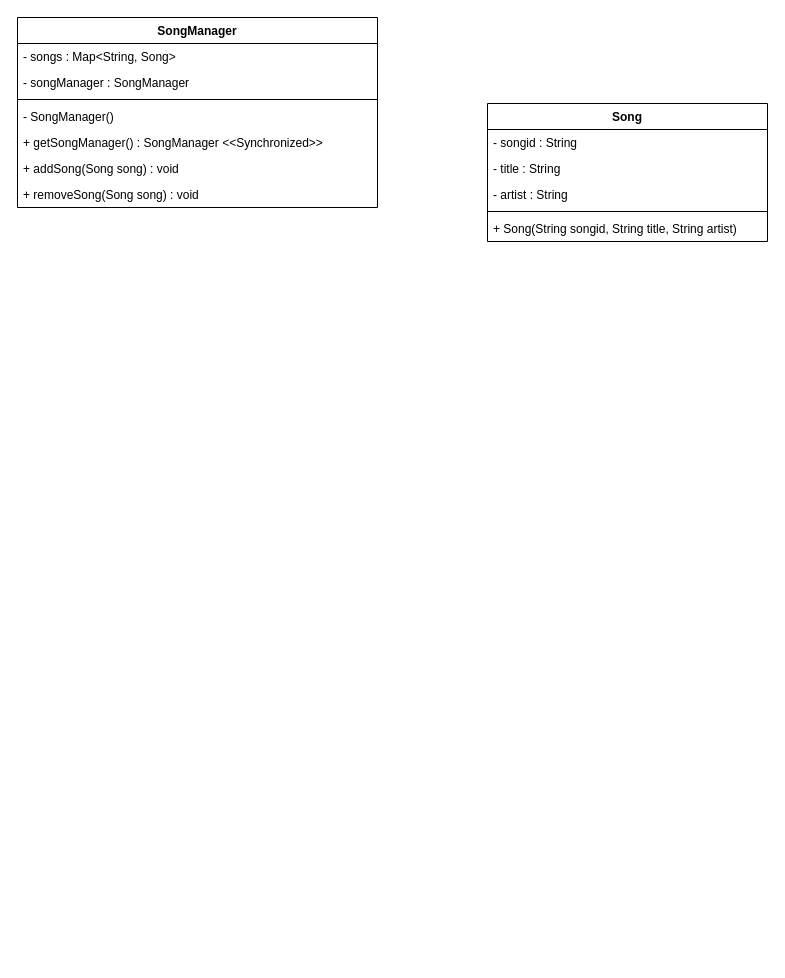
The draw.io diagram Spotify.drawio in aayushtiwarigithub/LowLevelDesign-Diagrams, before the edit. Source tidied: cells renumbered, new cells numbered last; positions are measured from the earlier drawing's top-left corner, leaving out a move shared by most shapes. Both pictures are drawn from the tidied source at 100%, with x=0, y=0 at pixel (17, 17).
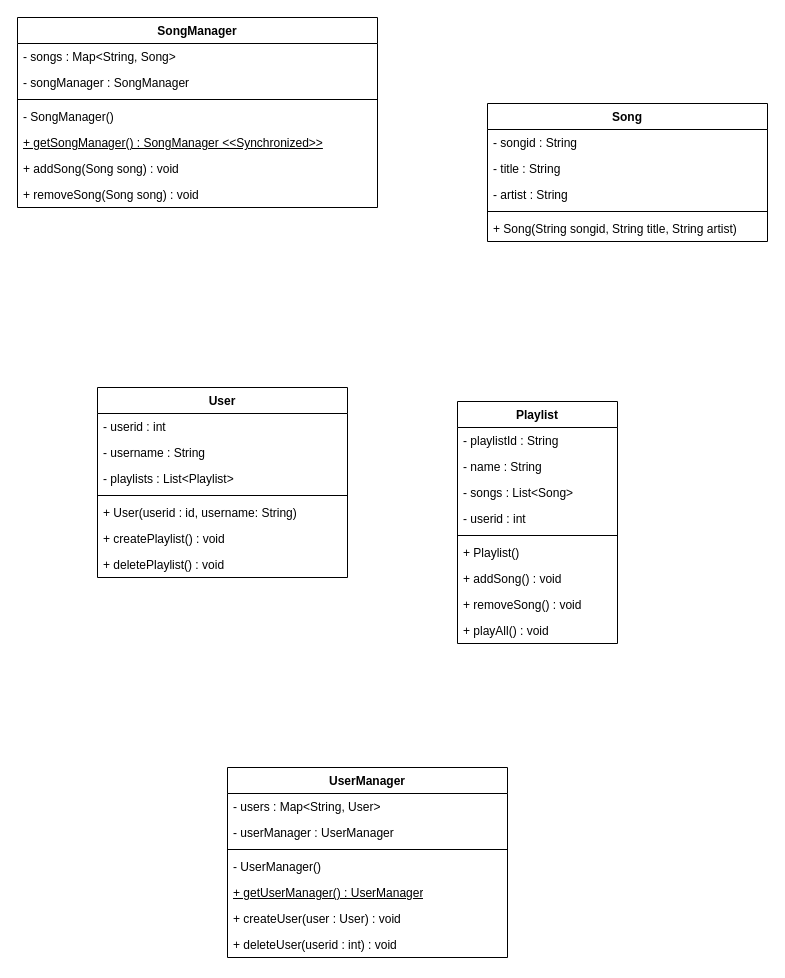
The same diagram, later.

The change refers to these unchanged cells:
```xml
<mxCell id="8" value="SongManager" style="swimlane;fontStyle=1;align=center;verticalAlign=top;horizontal=1;startSize=26;whiteSpace=wrap;html=1;" parent="1" vertex="1">
  <mxGeometry width="360" height="190" as="geometry" />
</mxCell>
```

What changed in the source:
```diff
@@
-    <mxCell id="13" value="+ getSongManager() : SongManager &amp;lt;&amp;lt;Synchronized&amp;gt;&amp;gt;" style="text;strokeColor=none;fillColor=none;align=left;verticalAlign=top;spacingLeft=4;spacingRight=4;overflow=hidden;whiteSpace=wrap;html=1;" parent="8" vertex="1">
+    <mxCell id="13" value="+ getSongManager() : SongManager &amp;lt;&amp;lt;Synchronized&amp;gt;&amp;gt;" style="text;strokeColor=none;fillColor=none;align=left;verticalAlign=top;spacingLeft=4;spacingRight=4;overflow=hidden;whiteSpace=wrap;html=1;fontStyle=4;" parent="8" vertex="1">
       <mxGeometry y="112" width="360" height="26" as="geometry" />
     </mxCell>
@@
+    <mxCell id="16" value="User" style="swimlane;fontStyle=1;align=center;verticalAlign=top;horizontal=1;startSize=26;whiteSpace=wrap;html=1;" parent="1" vertex="1">
+      <mxGeometry x="80" y="370" width="250" height="190" as="geometry" />
+    </mxCell>
+    <mxCell id="17" value="- userid : int" style="text;strokeColor=none;fillColor=none;align=left;verticalAlign=top;spacingLeft=4;spacingRight=4;overflow=hidden;whiteSpace=wrap;html=1;" parent="16" vertex="1">
+      <mxGeometry y="26" width="250" height="26" as="geometry" />
+    </mxCell>
+    <mxCell id="18" value="- username : String" style="text;strokeColor=none;fillColor=none;align=left;verticalAlign=top;spacingLeft=4;spacingRight=4;overflow=hidden;whiteSpace=wrap;html=1;" parent="16" vertex="1">
+      <mxGeometry y="52" width="250" height="26" as="geometry" />
+    </mxCell>
+    <mxCell id="19" value="- playlists : List&amp;lt;Playlist&amp;gt;" style="text;strokeColor=none;fillColor=none;align=left;verticalAlign=top;spacingLeft=4;spacingRight=4;overflow=hidden;whiteSpace=wrap;html=1;" parent="16" vertex="1">
+      <mxGeometry y="78" width="250" height="26" as="geometry" />
+    </mxCell>
+    <mxCell id="20" style="line;strokeWidth=1;fillColor=none;align=left;verticalAlign=middle;spacingTop=-1;spacingLeft=3;spacingRight=3;labelPosition=right;strokeColor=inherit;" parent="16" vertex="1">
+      <mxGeometry y="104" width="250" height="8" as="geometry" />
+    </mxCell>
+    <mxCell id="21" value="+ User(userid : id, username: String)" style="text;strokeColor=none;fillColor=none;align=left;verticalAlign=top;spacingLeft=4;spacingRight=4;overflow=hidden;whiteSpace=wrap;html=1;" parent="16" vertex="1">
+      <mxGeometry y="112" width="250" height="26" as="geometry" />
+    </mxCell>
+    <mxCell id="22" value="+ createPlaylist() : void" style="text;strokeColor=none;fillColor=none;align=left;verticalAlign=top;spacingLeft=4;spacingRight=4;overflow=hidden;whiteSpace=wrap;html=1;" parent="16" vertex="1">
+      <mxGeometry y="138" width="250" height="26" as="geometry" />
+    </mxCell>
+    <mxCell id="23" value="+ deletePlaylist() : void" style="text;strokeColor=none;fillColor=none;align=left;verticalAlign=top;spacingLeft=4;spacingRight=4;overflow=hidden;whiteSpace=wrap;html=1;" parent="16" vertex="1">
+      <mxGeometry y="164" width="250" height="26" as="geometry" />
+    </mxCell>
+    <mxCell id="24" value="Playlist" style="swimlane;fontStyle=1;align=center;verticalAlign=top;horizontal=1;startSize=26;whiteSpace=wrap;html=1;" parent="1" vertex="1">
+      <mxGeometry x="440" y="384" width="160" height="242" as="geometry" />
+    </mxCell>
+    <mxCell id="25" value="- playlistId : String" style="text;strokeColor=none;fillColor=none;align=left;verticalAlign=top;spacingLeft=4;spacingRight=4;overflow=hidden;whiteSpace=wrap;html=1;" parent="24" vertex="1">
+      <mxGeometry y="26" width="160" height="26" as="geometry" />
+    </mxCell>
+    <mxCell id="26" value="- name : String" style="text;strokeColor=none;fillColor=none;align=left;verticalAlign=top;spacingLeft=4;spacingRight=4;overflow=hidden;whiteSpace=wrap;html=1;" parent="24" vertex="1">
+      <mxGeometry y="52" width="160" height="26" as="geometry" />
+    </mxCell>
+    <mxCell id="27" value="- songs : List&amp;lt;Song&amp;gt;" style="text;strokeColor=none;fillColor=none;align=left;verticalAlign=top;spacingLeft=4;spacingRight=4;overflow=hidden;whiteSpace=wrap;html=1;" parent="24" vertex="1">
+      <mxGeometry y="78" width="160" height="26" as="geometry" />
+    </mxCell>
+    <mxCell id="28" value="- userid : int" style="text;strokeColor=none;fillColor=none;align=left;verticalAlign=top;spacingLeft=4;spacingRight=4;overflow=hidden;whiteSpace=wrap;html=1;" parent="24" vertex="1">
+      <mxGeometry y="104" width="160" height="26" as="geometry" />
+    </mxCell>
+    <mxCell id="29" style="line;strokeWidth=1;fillColor=none;align=left;verticalAlign=middle;spacingTop=-1;spacingLeft=3;spacingRight=3;labelPosition=right;strokeColor=inherit;" parent="24" vertex="1">
+      <mxGeometry y="130" width="160" height="8" as="geometry" />
+    </mxCell>
+    <mxCell id="30" value="+ Playlist()&amp;nbsp;" style="text;strokeColor=none;fillColor=none;align=left;verticalAlign=top;spacingLeft=4;spacingRight=4;overflow=hidden;whiteSpace=wrap;html=1;" parent="24" vertex="1">
+      <mxGeometry y="138" width="160" height="26" as="geometry" />
+    </mxCell>
+    <mxCell id="31" value="+ addSong() : void" style="text;strokeColor=none;fillColor=none;align=left;verticalAlign=top;spacingLeft=4;spacingRight=4;overflow=hidden;whiteSpace=wrap;html=1;" parent="24" vertex="1">
+      <mxGeometry y="164" width="160" height="26" as="geometry" />
+    </mxCell>
+    <mxCell id="32" value="+ removeSong() : void" style="text;strokeColor=none;fillColor=none;align=left;verticalAlign=top;spacingLeft=4;spacingRight=4;overflow=hidden;whiteSpace=wrap;html=1;" parent="24" vertex="1">
+      <mxGeometry y="190" width="160" height="26" as="geometry" />
+    </mxCell>
+    <mxCell id="33" value="+ playAll() : void" style="text;strokeColor=none;fillColor=none;align=left;verticalAlign=top;spacingLeft=4;spacingRight=4;overflow=hidden;whiteSpace=wrap;html=1;" parent="24" vertex="1">
+      <mxGeometry y="216" width="160" height="26" as="geometry" />
+    </mxCell>
+    <mxCell id="34" value="UserManager" style="swimlane;fontStyle=1;align=center;verticalAlign=top;horizontal=1;startSize=26;whiteSpace=wrap;html=1;" parent="1" vertex="1">
+      <mxGeometry x="210" y="750" width="280" height="190" as="geometry" />
+    </mxCell>
+    <mxCell id="35" value="- users : Map&amp;lt;String, User&amp;gt;" style="text;strokeColor=none;fillColor=none;align=left;verticalAlign=top;spacingLeft=4;spacingRight=4;overflow=hidden;whiteSpace=wrap;html=1;" parent="34" vertex="1">
+      <mxGeometry y="26" width="280" height="26" as="geometry" />
+    </mxCell>
+    <mxCell id="36" value="- userManager : UserManager" style="text;strokeColor=none;fillColor=none;align=left;verticalAlign=top;spacingLeft=4;spacingRight=4;overflow=hidden;whiteSpace=wrap;html=1;" parent="34" vertex="1">
+      <mxGeometry y="52" width="280" height="26" as="geometry" />
+    </mxCell>
+    <mxCell id="37" style="line;strokeWidth=1;fillColor=none;align=left;verticalAlign=middle;spacingTop=-1;spacingLeft=3;spacingRight=3;labelPosition=right;strokeColor=inherit;" parent="34" vertex="1">
+      <mxGeometry y="78" width="280" height="8" as="geometry" />
+    </mxCell>
+    <mxCell id="38" value="- UserManager()" style="text;strokeColor=none;fillColor=none;align=left;verticalAlign=top;spacingLeft=4;spacingRight=4;overflow=hidden;whiteSpace=wrap;html=1;" parent="34" vertex="1">
+      <mxGeometry y="86" width="280" height="26" as="geometry" />
+    </mxCell>
+    <mxCell id="39" value="&lt;u&gt;+ getUserManager() : UserManager&lt;/u&gt;" style="text;strokeColor=none;fillColor=none;align=left;verticalAlign=top;spacingLeft=4;spacingRight=4;overflow=hidden;whiteSpace=wrap;html=1;" parent="34" vertex="1">
+      <mxGeometry y="112" width="280" height="26" as="geometry" />
+    </mxCell>
+    <mxCell id="40" value="+ createUser(user : User) : void" style="text;strokeColor=none;fillColor=none;align=left;verticalAlign=top;spacingLeft=4;spacingRight=4;overflow=hidden;whiteSpace=wrap;html=1;" parent="34" vertex="1">
+      <mxGeometry y="138" width="280" height="26" as="geometry" />
+    </mxCell>
+    <mxCell id="41" value="+ deleteUser(userid : int) : void" style="text;strokeColor=none;fillColor=none;align=left;verticalAlign=top;spacingLeft=4;spacingRight=4;overflow=hidden;whiteSpace=wrap;html=1;" parent="34" vertex="1">
+      <mxGeometry y="164" width="280" height="26" as="geometry" />
+    </mxCell>
```
